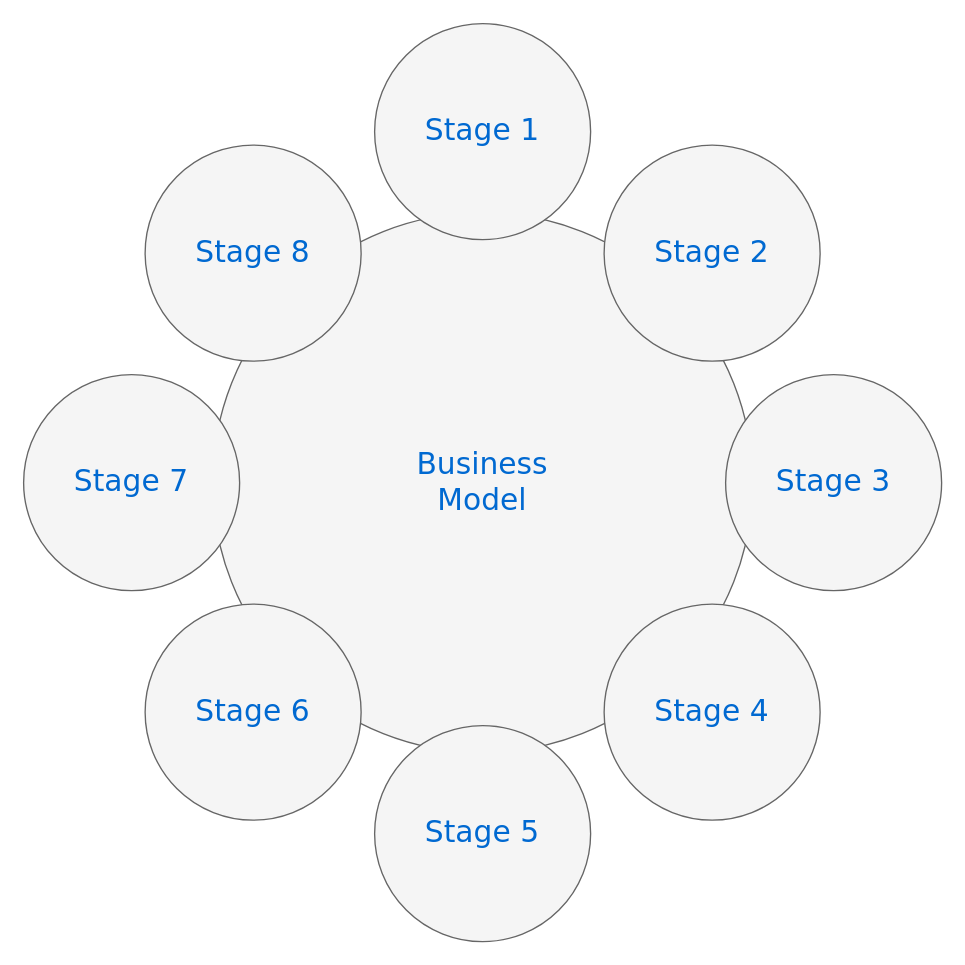
Above: Untitled Diagram.drawio in WT-Kripesh/Balance-Ball-3D (draw.io), before the change. Source tidied: cells renumbered, new cells numbered last; positions are measured from the earlier drawing's top-left corner, leaving out a move shared by most shapes. Both pictures are drawn from the tidied source at 135%, with x=0, y=0 at pixel (23, 23).
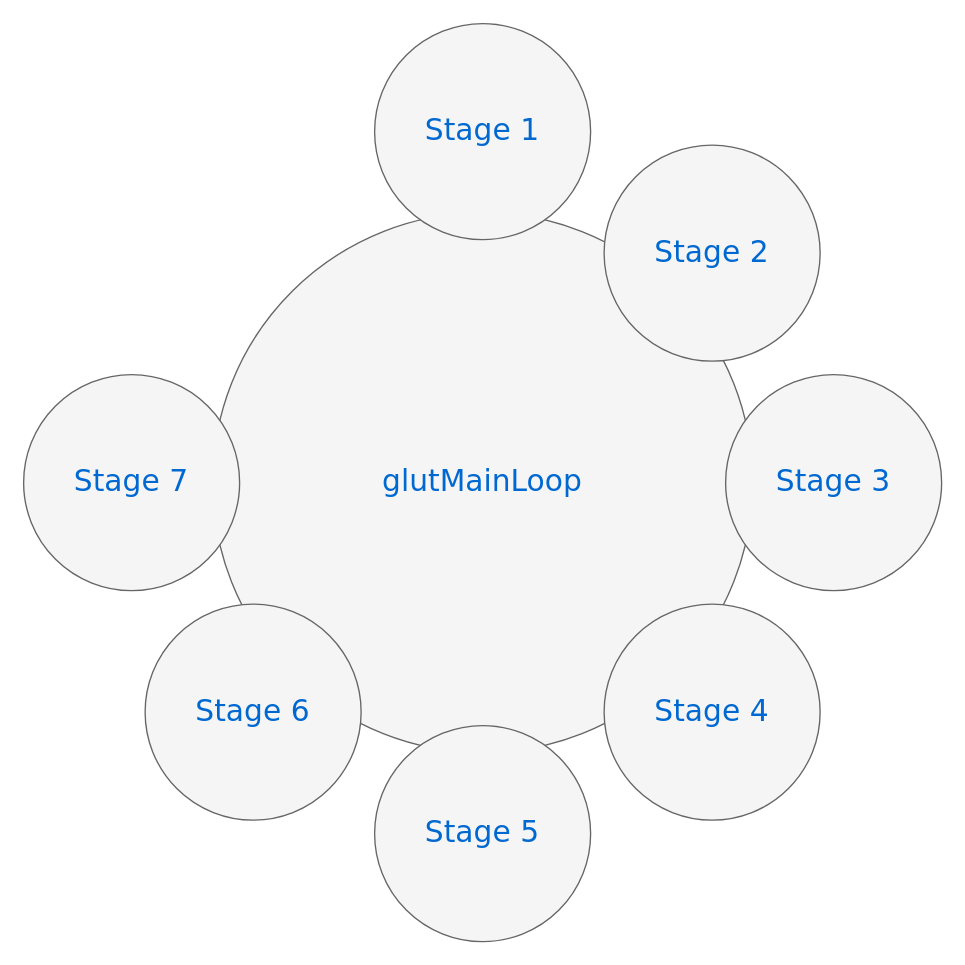
The same diagram, later.

The edit, as a diff of the source:
```diff
@@
 <mxGraphModel>
   <root>
     <mxCell id="0" />
     <mxCell id="1" parent="0" />
-    <mxCell id="2" value="Business&lt;div&gt;Model&lt;/div&gt;" style="ellipse;whiteSpace=wrap;html=1;rounded=0;shadow=0;dashed=0;comic=0;fontFamily=Verdana;fontSize=22;fontColor=#0069D1;fillColor=#f5f5f5;strokeColor=#666666;" parent="1" vertex="1">
+    <mxCell id="2" value="glutMainLoop" style="ellipse;whiteSpace=wrap;html=1;rounded=0;shadow=0;dashed=0;comic=0;fontFamily=Verdana;fontSize=22;fontColor=#0069D1;fillColor=#f5f5f5;strokeColor=#666666;" parent="1" vertex="1">
       <mxGeometry x="140" y="140" width="400" height="400" as="geometry" />
     </mxCell>
     <mxCell id="3" value="Stage 1" style="ellipse;whiteSpace=wrap;html=1;rounded=0;shadow=0;dashed=0;comic=0;fontFamily=Verdana;fontSize=22;fontColor=#0069D1;fillColor=#f5f5f5;strokeColor=#666666;" parent="1" vertex="1">
       <mxGeometry x="260" width="160" height="160" as="geometry" />
     </mxCell>
     <mxCell id="4" value="Stage 5" style="ellipse;whiteSpace=wrap;html=1;rounded=0;shadow=0;dashed=0;comic=0;fontFamily=Verdana;fontSize=22;fontColor=#0069D1;fillColor=#f5f5f5;strokeColor=#666666;" parent="1" vertex="1">
       <mxGeometry x="260" y="520" width="160" height="160" as="geometry" />
     </mxCell>
     <mxCell id="5" value="Stage 3" style="ellipse;whiteSpace=wrap;html=1;rounded=0;shadow=0;dashed=0;comic=0;fontFamily=Verdana;fontSize=22;fontColor=#0069D1;fillColor=#f5f5f5;strokeColor=#666666;" parent="1" vertex="1">
       <mxGeometry x="520" y="260" width="160" height="160" as="geometry" />
     </mxCell>
     <mxCell id="6" value="Stage 7" style="ellipse;whiteSpace=wrap;html=1;rounded=0;shadow=0;dashed=0;comic=0;fontFamily=Verdana;fontSize=22;fontColor=#0069D1;fillColor=#f5f5f5;strokeColor=#666666;" parent="1" vertex="1">
       <mxGeometry y="260" width="160" height="160" as="geometry" />
     </mxCell>
-    <mxCell id="7" value="Stage 8" style="ellipse;whiteSpace=wrap;html=1;rounded=0;shadow=0;dashed=0;comic=0;fontFamily=Verdana;fontSize=22;fontColor=#0069D1;fillColor=#f5f5f5;strokeColor=#666666;" parent="1" vertex="1">
-      <mxGeometry x="90" y="90" width="160" height="160" as="geometry" />
-    </mxCell>
     <mxCell id="8" value="Stage 2" style="ellipse;whiteSpace=wrap;html=1;rounded=0;shadow=0;dashed=0;comic=0;fontFamily=Verdana;fontSize=22;fontColor=#0069D1;fillColor=#f5f5f5;strokeColor=#666666;" parent="1" vertex="1">
       <mxGeometry x="430" y="90" width="160" height="160" as="geometry" />
     </mxCell>
     <mxCell id="9" value="Stage 4" style="ellipse;whiteSpace=wrap;html=1;rounded=0;shadow=0;dashed=0;comic=0;fontFamily=Verdana;fontSize=22;fontColor=#0069D1;fillColor=#f5f5f5;strokeColor=#666666;" parent="1" vertex="1">
       <mxGeometry x="430" y="430" width="160" height="160" as="geometry" />
     </mxCell>
     <mxCell id="10" value="Stage 6" style="ellipse;whiteSpace=wrap;html=1;rounded=0;shadow=0;dashed=0;comic=0;fontFamily=Verdana;fontSize=22;fontColor=#0069D1;fillColor=#f5f5f5;strokeColor=#666666;" parent="1" vertex="1">
       <mxGeometry x="90" y="430" width="160" height="160" as="geometry" />
     </mxCell>
   </root>
 </mxGraphModel>
```
